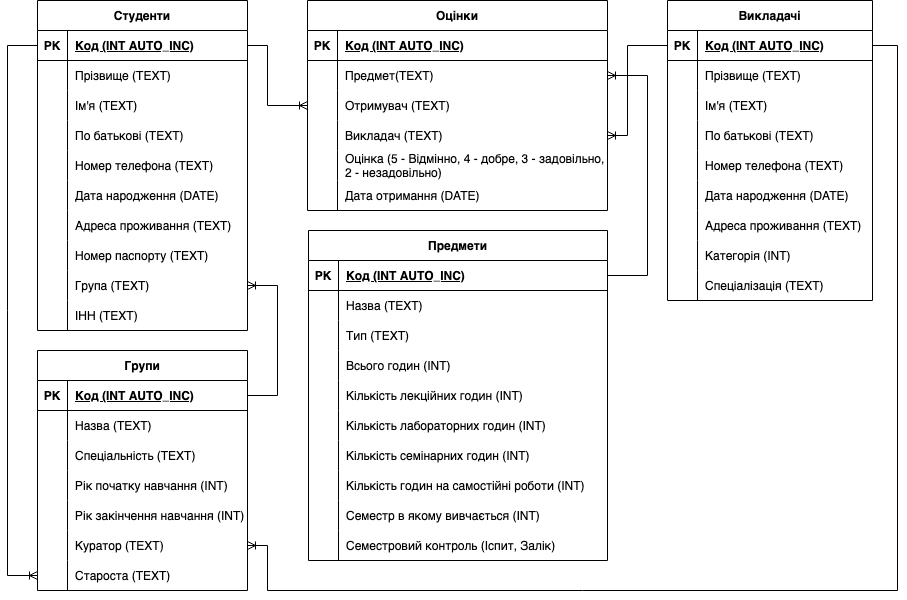
Above: docs/ER-Diagram-With-DataTypes.png in MikeostCorp/Gradify (draw.io), before the change. Source tidied: cells renumbered, new cells last; positions are measured from the earlier drawing's top-left corner, leaving out a move shared by most shapes.
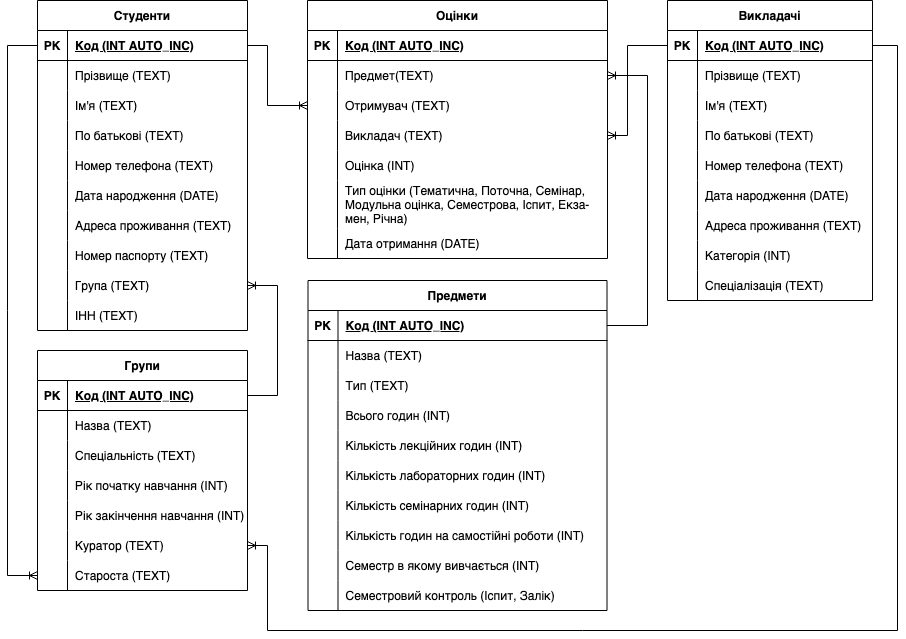
Above is the later version.

Commit message:
upd: new datatypes in table 'Оцінки'

'Оцінка' now integer and 'Тип оцінки' SET of strings

What changed in the source:
```diff
@@ -246,7 +246,7 @@
       <mxGeometry x="30" width="175" height="30" as="geometry" />
     </mxCell>
     <mxCell id="83" value="Оцінки" style="shape=table;startSize=30;rowLines=0;fontStyle=1;align=center;" parent="1" vertex="1">
-      <mxGeometry x="300" width="300" height="210" as="geometry" />
+      <mxGeometry x="300" width="300" height="258" as="geometry" />
     </mxCell>
     <mxCell id="84" style="shape=tableRow;horizontal=0;startSize=0;swimlaneHead=0;swimlaneBody=0;fillColor=none;top=0;left=0;right=0;bottom=1;" parent="83" vertex="1">
       <mxGeometry y="30" width="300" height="30" as="geometry" />
@@ -290,11 +290,20 @@
     <mxCell id="97" style="shape=partialRectangle;fillColor=none;top=0;left=0;bottom=0;right=0;overflow=hidden;" parent="96" vertex="1">
       <mxGeometry width="30" height="30" as="geometry" />
     </mxCell>
-    <mxCell id="98" value="Оцінка (5 - Відмінно, 4 - добре, 3 - задовільно,&#10;2 - незадовільно)" style="shape=partialRectangle;fillColor=none;top=0;left=0;bottom=0;right=0;align=left;spacingLeft=6;overflow=hidden;" parent="96" vertex="1">
+    <mxCell id="98" value="Оцінка (INT)" style="shape=partialRectangle;fillColor=none;top=0;left=0;bottom=0;right=0;align=left;spacingLeft=6;overflow=hidden;" parent="96" vertex="1">
       <mxGeometry x="30" width="270" height="30" as="geometry" />
     </mxCell>
+    <mxCell id="139" style="shape=tableRow;horizontal=0;startSize=0;swimlaneHead=0;swimlaneBody=0;fillColor=none;top=0;left=0;right=0;bottom=0;" parent="83" vertex="1">
+      <mxGeometry y="180" width="300" height="48" as="geometry" />
+    </mxCell>
+    <mxCell id="140" style="shape=partialRectangle;fillColor=none;top=0;left=0;bottom=0;right=0;overflow=hidden;" parent="139" vertex="1">
+      <mxGeometry width="30" height="48" as="geometry" />
+    </mxCell>
+    <mxCell id="141" value="Тип оцінки (Тематична, Поточна, Семінар,&#10;Модульна оцінка, Семестрова, Іспит, Екза-&#10;мен, Річна)" style="shape=partialRectangle;fillColor=none;top=0;left=0;bottom=0;right=0;align=left;spacingLeft=6;overflow=hidden;" parent="139" vertex="1">
+      <mxGeometry x="30" width="270" height="48" as="geometry" />
+    </mxCell>
     <mxCell id="99" style="shape=tableRow;horizontal=0;startSize=0;swimlaneHead=0;swimlaneBody=0;fillColor=none;top=0;left=0;right=0;bottom=0;" parent="83" vertex="1">
-      <mxGeometry y="180" width="300" height="30" as="geometry" />
+      <mxGeometry y="228" width="300" height="30" as="geometry" />
     </mxCell>
     <mxCell id="100" style="shape=partialRectangle;fillColor=none;top=0;left=0;bottom=0;right=0;overflow=hidden;" parent="99" vertex="1">
       <mxGeometry width="30" height="30" as="geometry" />
@@ -303,7 +312,7 @@
       <mxGeometry x="30" width="270" height="30" as="geometry" />
     </mxCell>
     <mxCell id="102" value="Предмети" style="shape=table;startSize=30;rowLines=0;fontStyle=1;align=center;" parent="1" vertex="1">
-      <mxGeometry x="301" y="230" width="299" height="330" as="geometry" />
+      <mxGeometry x="300.5" y="280" width="299" height="330" as="geometry" />
     </mxCell>
     <mxCell id="103" style="shape=tableRow;horizontal=0;startSize=0;swimlaneHead=0;swimlaneBody=0;fillColor=none;points=[[0,0.5],[1,0.5]];portConstraint=eastwest;top=0;left=0;right=0;bottom=1;" parent="102" vertex="1">
       <mxGeometry y="30" width="299" height="30" as="geometry" />
@@ -421,8 +430,8 @@
       <mxGeometry relative="1" as="geometry">
         <Array as="points">
           <mxPoint x="890" y="45" />
-          <mxPoint x="890" y="590" />
-          <mxPoint x="260" y="590" />
+          <mxPoint x="890" y="630" />
+          <mxPoint x="260" y="630" />
           <mxPoint x="260" y="545" />
         </Array>
       </mxGeometry>
```
